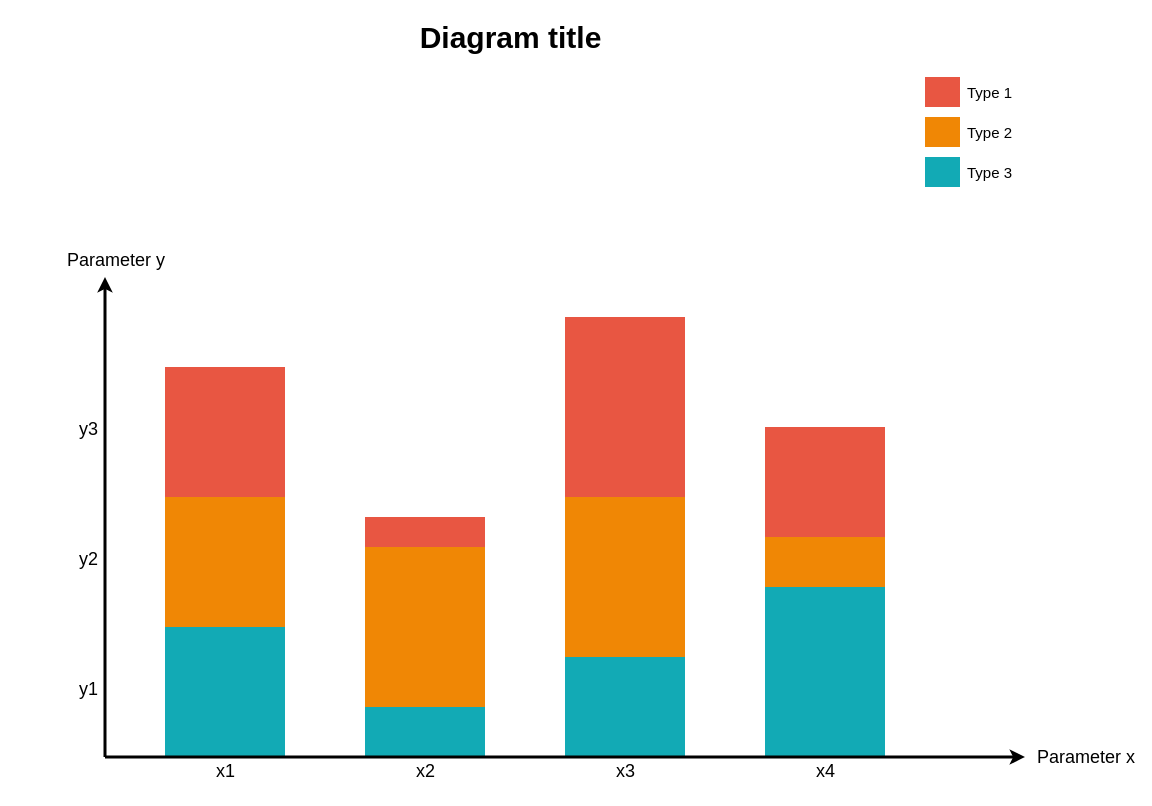
Above: model.drawio in truongnhatbui/truongnhatbui (draw.io), before the change. Source tidied: cells renumbered, new cells numbered last; positions are measured from the earlier drawing's top-left corner, leaving out a move shared by most shapes. Both pictures are drawn from the tidied source at 100%, with x=0, y=0 at pixel (65, 16).
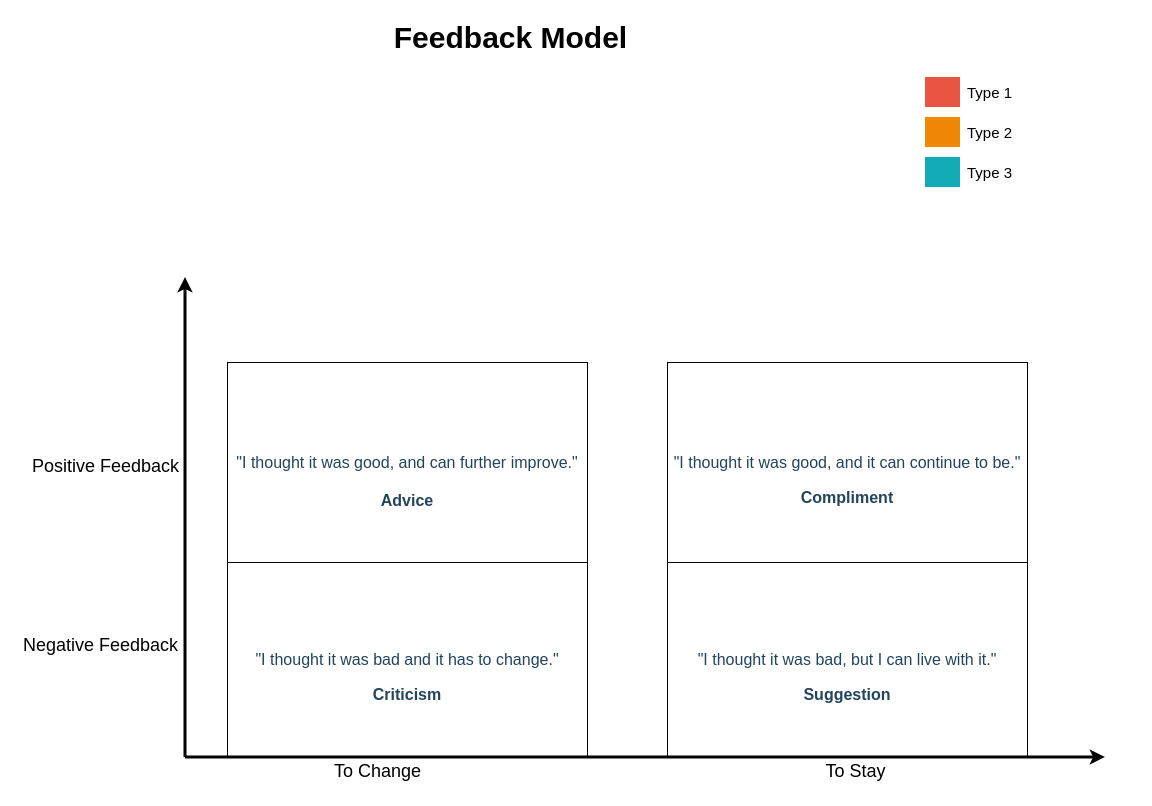
Above is the later version.

What changed in the source:
```diff
@@
-    <mxCell id="2" style="whiteSpace=wrap;fillColor=#12AAB5;gradientColor=none;gradientDirection=east;strokeColor=none;html=1;fontColor=#23445d;" parent="1" vertex="1">
-      <mxGeometry x="99.5" y="610.5" width="120" height="130" as="geometry" />
+    <mxCell id="2" value="&lt;p style=&quot;font-size: 16px;&quot;&gt;&lt;/p&gt;&lt;br style=&quot;font-size: 16px;&quot;&gt;&lt;p style=&quot;font-size: 16px;&quot;&gt;&quot;I thought it was bad and it has to change.&quot;&lt;/p&gt;&lt;p style=&quot;font-size: 16px;&quot;&gt;&lt;b style=&quot;font-size: 16px;&quot;&gt;Criticism&lt;/b&gt;&lt;br style=&quot;font-size: 16px;&quot;&gt;&lt;/p&gt;" style="whiteSpace=wrap;gradientColor=none;gradientDirection=east;html=1;fontColor=#23445d;fillColor=none;fontSize=16;" parent="1" vertex="1">
+      <mxGeometry x="162" y="546" width="360" height="194.5" as="geometry" />
     </mxCell>
-    <mxCell id="3" style="whiteSpace=wrap;fillColor=#12AAB5;gradientColor=none;gradientDirection=east;strokeColor=none;html=1;fontColor=#23445d;" parent="1" vertex="1">
-      <mxGeometry x="299.5" y="690.5" width="120" height="50" as="geometry" />
+    <mxCell id="3" value="&lt;p style=&quot;font-size: 16px;&quot;&gt;&lt;/p&gt;&lt;br style=&quot;font-size: 16px;&quot;&gt;&lt;p style=&quot;font-size: 16px;&quot;&gt;&quot;I thought it was bad, but I can live with it.&quot;&lt;/p&gt;&lt;p style=&quot;font-size: 16px;&quot;&gt;&lt;b style=&quot;font-size: 16px;&quot;&gt;Suggestion&lt;/b&gt;&lt;/p&gt;" style="whiteSpace=wrap;gradientColor=none;gradientDirection=east;html=1;fontColor=#23445d;fillColor=none;fontSize=16;" parent="1" vertex="1">
+      <mxGeometry x="602" y="546" width="360" height="194.5" as="geometry" />
     </mxCell>
-    <mxCell id="4" style="whiteSpace=wrap;fillColor=#12AAB5;gradientColor=none;gradientDirection=east;strokeColor=none;html=1;fontColor=#23445d;" parent="1" vertex="1">
-      <mxGeometry x="499.5" y="640.5" width="120" height="100" as="geometry" />
-    </mxCell>
-    <mxCell id="5" style="whiteSpace=wrap;fillColor=#12AAB5;gradientColor=none;gradientDirection=east;strokeColor=none;html=1;fontColor=#23445d;" parent="1" vertex="1">
-      <mxGeometry x="699.5" y="570.5" width="120" height="170" as="geometry" />
-    </mxCell>
     <mxCell id="6" style="edgeStyle=none;html=1;fontColor=#000000;strokeWidth=3;strokeColor=#000000;" parent="1" edge="1">
       <mxGeometry relative="1" as="geometry">
-        <mxPoint x="39.5" y="740.5" as="sourcePoint" />
-        <mxPoint x="39.5" y="260.5" as="targetPoint" />
+        <mxPoint x="119.5" y="740.5" as="sourcePoint" />
+        <mxPoint x="119.5" y="260.5" as="targetPoint" />
       </mxGeometry>
     </mxCell>
-    <mxCell id="7" style="whiteSpace=wrap;fillColor=#F08705;gradientColor=none;gradientDirection=east;strokeColor=none;html=1;fontColor=#23445d;" parent="1" vertex="1">
-      <mxGeometry x="99.5" y="480.5" width="120" height="130" as="geometry" />
+    <mxCell id="7" value="&lt;div style=&quot;font-size: 16px;&quot;&gt;&amp;nbsp;&lt;/div&gt;&lt;div style=&quot;font-size: 16px;&quot;&gt;&lt;br style=&quot;font-size: 16px;&quot;&gt;&lt;/div&gt;&lt;div style=&quot;font-size: 16px;&quot;&gt;&quot;I thought it was good, and can further improve.&quot;&lt;br style=&quot;font-size: 16px;&quot;&gt;&lt;br style=&quot;font-size: 16px;&quot;&gt;&lt;/div&gt;&lt;div style=&quot;font-size: 16px;&quot;&gt;&lt;b style=&quot;font-size: 16px;&quot;&gt;Advice&lt;/b&gt;&lt;br style=&quot;font-size: 16px;&quot;&gt;&lt;/div&gt;" style="whiteSpace=wrap;gradientColor=none;gradientDirection=east;html=1;fontColor=#23445d;fillColor=none;fontSize=16;" parent="1" vertex="1">
+      <mxGeometry x="162" y="346" width="360" height="200" as="geometry" />
     </mxCell>
-    <mxCell id="8" style="whiteSpace=wrap;fillColor=#E85642;gradientColor=none;gradientDirection=east;strokeColor=none;html=1;fontColor=#23445d;" parent="1" vertex="1">
-      <mxGeometry x="99.5" y="350.5" width="120" height="130" as="geometry" />
-    </mxCell>
-    <mxCell id="9" style="whiteSpace=wrap;fillColor=#F08705;gradientColor=none;gradientDirection=east;strokeColor=none;html=1;fontColor=#23445d;" parent="1" vertex="1">
-      <mxGeometry x="299.5" y="530.5" width="120" height="160" as="geometry" />
+    <mxCell id="9" value="&lt;p style=&quot;font-size: 16px;&quot;&gt;&lt;/p&gt;&lt;br style=&quot;font-size: 16px;&quot;&gt;&lt;p style=&quot;font-size: 16px;&quot;&gt;&quot;I thought it was good, and it can continue to be.&quot;&lt;/p&gt;&lt;p style=&quot;font-size: 16px;&quot;&gt;&lt;b style=&quot;font-size: 16px;&quot;&gt;Compliment&lt;/b&gt;&lt;br style=&quot;font-size: 16px;&quot;&gt;&lt;/p&gt;" style="whiteSpace=wrap;gradientColor=none;gradientDirection=east;html=1;fontColor=#23445d;fillColor=none;fontSize=16;" parent="1" vertex="1">
+      <mxGeometry x="602" y="346" width="360" height="200" as="geometry" />
     </mxCell>
-    <mxCell id="10" style="whiteSpace=wrap;fillColor=#E85642;gradientColor=none;gradientDirection=east;strokeColor=none;html=1;fontColor=#23445d;" parent="1" vertex="1">
-      <mxGeometry x="299.5" y="500.5" width="120" height="30" as="geometry" />
-    </mxCell>
-    <mxCell id="11" style="whiteSpace=wrap;fillColor=#F08705;gradientColor=none;gradientDirection=east;strokeColor=none;html=1;fontColor=#23445d;" parent="1" vertex="1">
-      <mxGeometry x="499.5" y="480.5" width="120" height="160" as="geometry" />
-    </mxCell>
-    <mxCell id="12" style="whiteSpace=wrap;fillColor=#E85642;gradientColor=none;gradientDirection=east;strokeColor=none;html=1;fontColor=#23445d;" parent="1" vertex="1">
-      <mxGeometry x="499.5" y="300.5" width="120" height="180" as="geometry" />
-    </mxCell>
     <mxCell id="13" style="edgeStyle=none;html=1;fontColor=#000000;strokeWidth=3;strokeColor=#000000;" parent="1" edge="1">
       <mxGeometry relative="1" as="geometry">
-        <mxPoint x="39.5" y="740.5" as="sourcePoint" />
-        <mxPoint x="959.5" y="740.5" as="targetPoint" />
+        <mxPoint x="119.5" y="740.5" as="sourcePoint" />
+        <mxPoint x="1039.5" y="740.5" as="targetPoint" />
       </mxGeometry>
     </mxCell>
-    <mxCell id="14" value="Parameter x" style="text;spacingTop=-5;html=1;fontSize=18;fontStyle=0;strokeColor=none;" parent="1" vertex="1">
-      <mxGeometry x="969.5" y="728.5" width="80" height="20" as="geometry" />
-    </mxCell>
-    <mxCell id="15" value="x1" style="text;spacingTop=-5;align=center;verticalAlign=middle;fontStyle=0;html=1;fontSize=18;strokeColor=none;" parent="1" vertex="1">
-      <mxGeometry x="99.5" y="742.5" width="120" height="30" as="geometry" />
+    <mxCell id="15" value="To Change" style="text;spacingTop=-5;align=center;verticalAlign=middle;fontStyle=0;html=1;fontSize=18;strokeColor=none;" parent="1" vertex="1">
+      <mxGeometry x="252" y="742.5" width="120" height="30" as="geometry" />
     </mxCell>
-    <mxCell id="16" value="x2" style="text;spacingTop=-5;align=center;verticalAlign=middle;fontStyle=0;html=1;fontSize=18;strokeColor=none;" parent="1" vertex="1">
-      <mxGeometry x="299.5" y="742.5" width="120" height="30" as="geometry" />
+    <mxCell id="16" value="To Stay" style="text;spacingTop=-5;align=center;verticalAlign=middle;fontStyle=0;html=1;fontSize=18;strokeColor=none;" parent="1" vertex="1">
+      <mxGeometry x="729.5" y="742.5" width="120" height="30" as="geometry" />
     </mxCell>
-    <mxCell id="17" value="x3" style="text;spacingTop=-5;align=center;verticalAlign=middle;fontStyle=0;html=1;fontSize=18;strokeColor=none;" parent="1" vertex="1">
-      <mxGeometry x="499.5" y="742.5" width="120" height="30" as="geometry" />
-    </mxCell>
@@
-    <mxCell id="24" value="Parameter y" style="text;spacingTop=-5;html=1;fontSize=18;fontStyle=0;" parent="1" vertex="1">
-      <mxGeometry x="-0.5" y="231.5" width="80" height="20" as="geometry" />
-    </mxCell>
-    <mxCell id="25" value="y1" style="text;spacingTop=-5;align=center;verticalAlign=middle;fontStyle=0;html=1;fontSize=18;" parent="1" vertex="1">
-      <mxGeometry x="7.5" y="610.5" width="30" height="130" as="geometry" />
+    <mxCell id="25" value="Negative Feedback" style="text;spacingTop=-5;align=center;verticalAlign=middle;fontStyle=0;html=1;fontSize=18;" parent="1" vertex="1">
+      <mxGeometry x="-48" y="566" width="165.5" height="130" as="geometry" />
     </mxCell>
-    <mxCell id="26" value="y2" style="text;spacingTop=-5;align=center;verticalAlign=middle;fontStyle=0;html=1;fontSize=18;" parent="1" vertex="1">
-      <mxGeometry x="7.5" y="480.5" width="30" height="130" as="geometry" />
+    <mxCell id="26" value="Positive Feedback" style="text;spacingTop=-5;align=center;verticalAlign=middle;fontStyle=0;html=1;fontSize=18;" parent="1" vertex="1">
+      <mxGeometry x="-38" y="387" width="155.5" height="130" as="geometry" />
     </mxCell>
-    <mxCell id="27" value="y3" style="text;spacingTop=-5;align=center;verticalAlign=middle;fontStyle=0;html=1;fontSize=18;" parent="1" vertex="1">
-      <mxGeometry x="7.5" y="350.5" width="30" height="130" as="geometry" />
-    </mxCell>
-    <mxCell id="28" value="&lt;font style=&quot;font-size: 30px;&quot;&gt;Diagram title&lt;/font&gt;" style="text;spacingTop=-5;align=center;verticalAlign=middle;fontSize=30;fontStyle=1;html=1;" parent="1" vertex="1">
+    <mxCell id="28" value="&lt;font style=&quot;font-size: 30px&quot;&gt;Feedback Model&lt;/font&gt;" style="text;spacingTop=-5;align=center;verticalAlign=middle;fontSize=30;fontStyle=1;html=1;" parent="1" vertex="1">
       <mxGeometry x="39.5" y="0.5" width="810" height="45" as="geometry" />
     </mxCell>
-    <mxCell id="29" style="whiteSpace=wrap;fillColor=#F08705;gradientColor=none;gradientDirection=east;strokeColor=none;html=1;fontColor=#23445d;" parent="1" vertex="1">
-      <mxGeometry x="699.5" y="520.5" width="120" height="50" as="geometry" />
-    </mxCell>
-    <mxCell id="30" style="whiteSpace=wrap;fillColor=#E85642;gradientColor=none;gradientDirection=east;strokeColor=none;html=1;fontColor=#23445d;" parent="1" vertex="1">
-      <mxGeometry x="699.5" y="410.5" width="120" height="110" as="geometry" />
-    </mxCell>
-    <mxCell id="31" value="x4" style="text;spacingTop=-5;align=center;verticalAlign=middle;fontStyle=0;html=1;fontSize=18;strokeColor=none;" parent="1" vertex="1">
-      <mxGeometry x="699.5" y="742.5" width="120" height="30" as="geometry" />
-    </mxCell>
```
